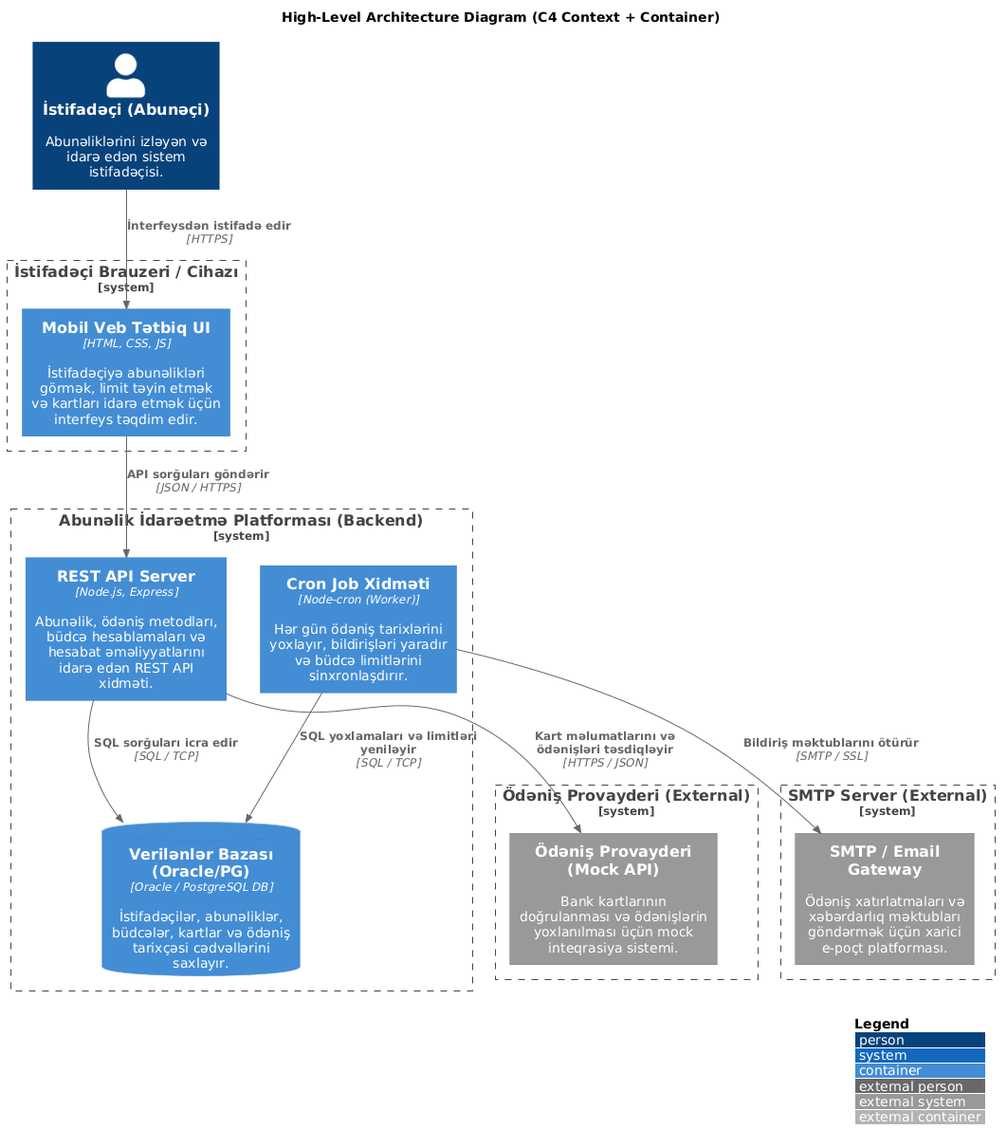
Earlier version of the PlantUML export public/Abunelik_C4_Architecture_HD.png (abbassultanli71-hash/abune-api-).
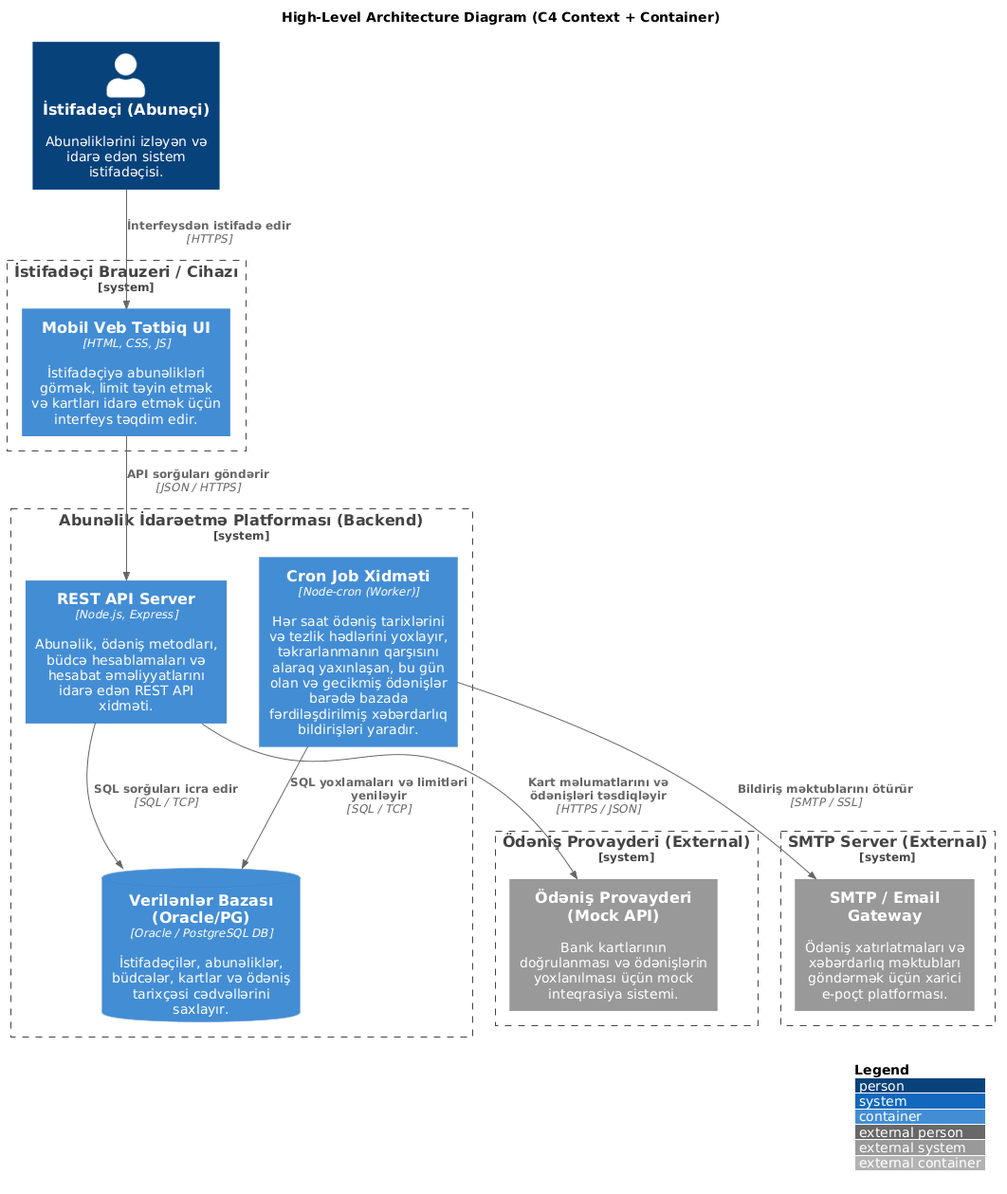
The same file after the commit.

Commit message:
Update C4 diagrams with detailed cron job responsibilities and Notification Service L3 component

What changed in the source:
```diff
@@ -13,7 +13,7 @@
 
 System_Boundary(platform, "Abunəlik İdarəetmə Platforması (Backend)") {
     Container(backend, "REST API Server", "Node.js, Express", "Abunəlik, ödəniş metodları, büdcə hesablamaları və hesabat əməliyyatlarını idarə edən REST API xidməti.")
-    Container(cron, "Cron Job Xidməti", "Node-cron (Worker)", "Hər gün ödəniş tarixlərini yoxlayır, bildirişləri yaradır və büdcə limitlərini sinxronlaşdırır.")
+    Container(cron, "Cron Job Xidməti", "Node-cron (Worker)", "Hər saat ödəniş tarixlərini və tezlik hədlərini yoxlayır, təkrarlanmanın qarşısını alaraq yaxınlaşan, bu gün olan və gecikmiş ödənişlər barədə bazada fərdiləşdirilmiş xəbərdarlıq bildirişləri yaradır.")
     ContainerDb(database, "Verilənlər Bazası (Oracle/PG)", "Oracle / PostgreSQL DB", "İstifadəçilər, abunəliklər, büdcələr, kartlar və ödəniş tarixçəsi cədvəllərini saxlayır.")
 }
 
```
